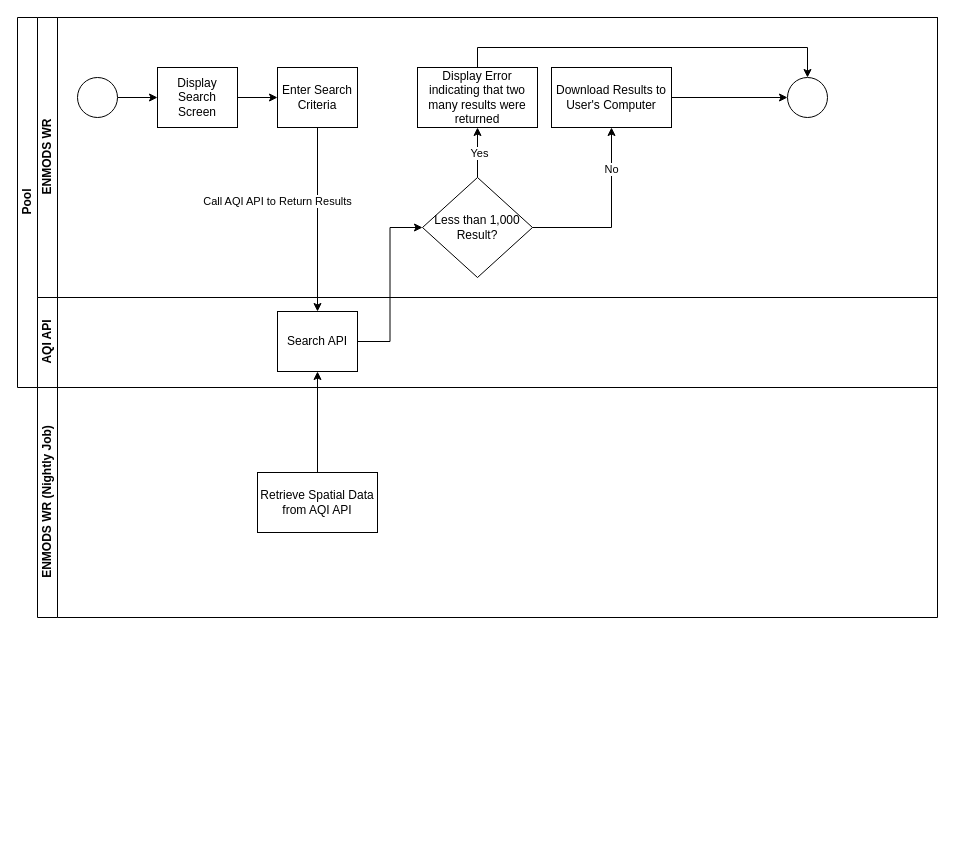
bcgov/nr-enmods-wr keeps this draw.io diagram as documentation/process.drawio. Above is the earlier version. Source tidied: cells renumbered, new cells numbered last; positions are measured from the earlier drawing's top-left corner, leaving out a move shared by most shapes. Both pictures are drawn from the tidied source at 100%, with x=0, y=0 at pixel (17, 17).
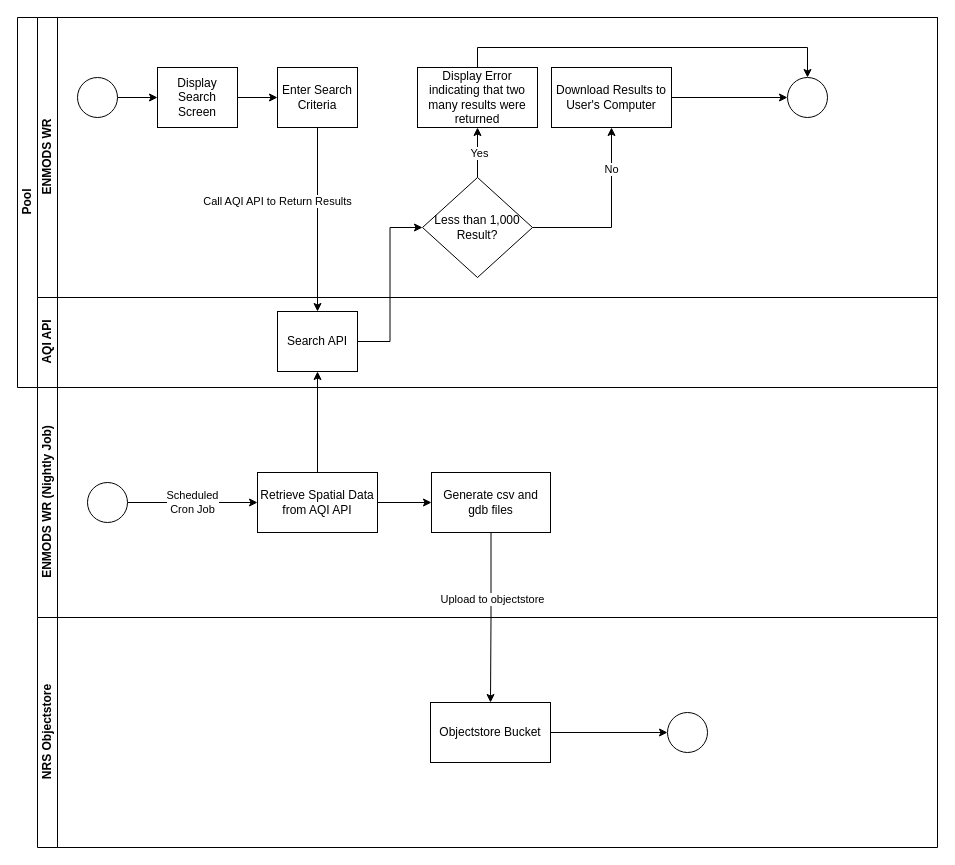
After the change.

The change refers to these unchanged cells:
```xml
<mxCell id="22" value="&lt;div&gt;ENMODS WR (Nightly Job)&lt;/div&gt;" style="swimlane;html=1;startSize=20;horizontal=0;" parent="1" vertex="1">
  <mxGeometry x="20" y="370" width="900" height="230" as="geometry" />
</mxCell>
<mxCell id="23" value="Retrieve Spatial Data from AQI API" style="rounded=0;whiteSpace=wrap;html=1;" parent="22" vertex="1">
  <mxGeometry x="220" y="85" width="120" height="60" as="geometry" />
</mxCell>
```

Diff of the diagram source:
```diff
@@
+    <mxCell id="25" style="edgeStyle=orthogonalEdgeStyle;rounded=0;jettySize=auto;html=1;" parent="22" edge="1" source="23" target="26">
+      <mxGeometry relative="1" as="geometry" />
+    </mxCell>
@@
+    <mxCell id="26" value="Generate  csv and gdb files" style="rounded=0;whiteSpace=wrap;html=1;" parent="22" vertex="1">
+      <mxGeometry x="394" y="85" width="119" height="60" as="geometry" />
+    </mxCell>
+    <mxCell id="27" value="&lt;div&gt;Scheduled&lt;/div&gt;&lt;div&gt;Cron Job&lt;/div&gt;" style="edgeStyle=orthogonalEdgeStyle;rounded=0;jettySize=auto;html=1;" parent="22" edge="1" source="28" target="23">
+      <mxGeometry relative="1" as="geometry" />
+    </mxCell>
+    <mxCell id="28" style="ellipse;whiteSpace=wrap;html=1;" parent="22" vertex="1">
+      <mxGeometry x="50" y="95" width="40" height="40" as="geometry" />
+    </mxCell>
@@
+    <mxCell id="29" value="NRS Objectstore" style="swimlane;html=1;startSize=20;horizontal=0;" parent="1" vertex="1">
+      <mxGeometry x="20" y="600" width="900" height="230" as="geometry" />
+    </mxCell>
+    <mxCell id="30" style="edgeStyle=orthogonalEdgeStyle;rounded=0;jettySize=auto;html=1;entryX=0;entryY=0.5;entryDx=0;entryDy=0;" parent="29" edge="1" source="31" target="32">
+      <mxGeometry relative="1" as="geometry" />
+    </mxCell>
+    <mxCell id="31" value="Objectstore Bucket" style="rounded=0;whiteSpace=wrap;html=1;" parent="29" vertex="1">
+      <mxGeometry x="393" y="85" width="120" height="60" as="geometry" />
+    </mxCell>
+    <mxCell id="32" style="ellipse;whiteSpace=wrap;html=1;" parent="29" vertex="1">
+      <mxGeometry x="630" y="95" width="40" height="40" as="geometry" />
+    </mxCell>
+    <mxCell id="33" style="edgeStyle=orthogonalEdgeStyle;rounded=0;jettySize=auto;html=1;" parent="1" edge="1" source="26" target="31">
+      <mxGeometry relative="1" as="geometry" />
+    </mxCell>
+    <mxCell id="34" value="Upload to objectstore" style="edgeLabel;html=1;align=center;verticalAlign=middle;" parent="33" vertex="1">
+      <mxGeometry x="-0.23" y="1" relative="1" as="geometry" />
+    </mxCell>
```
